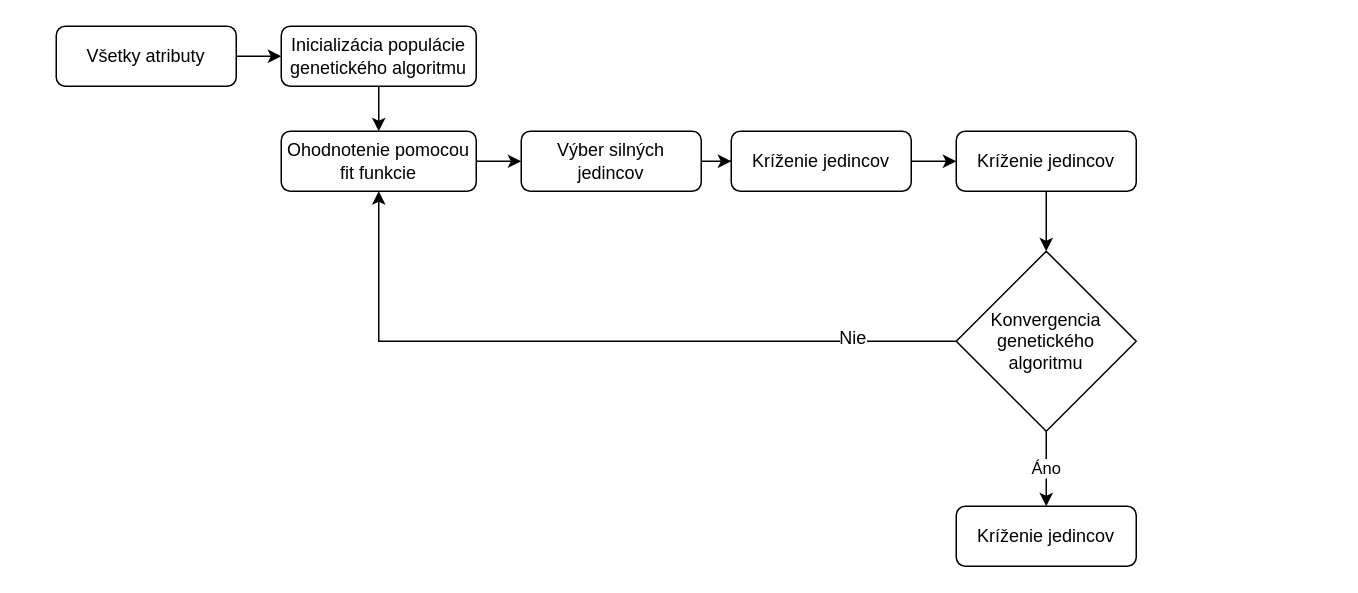
Earlier version of the draw.io diagram image/GA_alg.drawio (jozef229/FIIT-PRIPOC-ARTICLE-LaTeX). Source tidied: cells renumbered, new cells numbered last; positions are measured from the earlier drawing's top-left corner, leaving out a move shared by most shapes. Both pictures are drawn from the tidied source at 150%, with x=0, y=0 at pixel (56, 26).
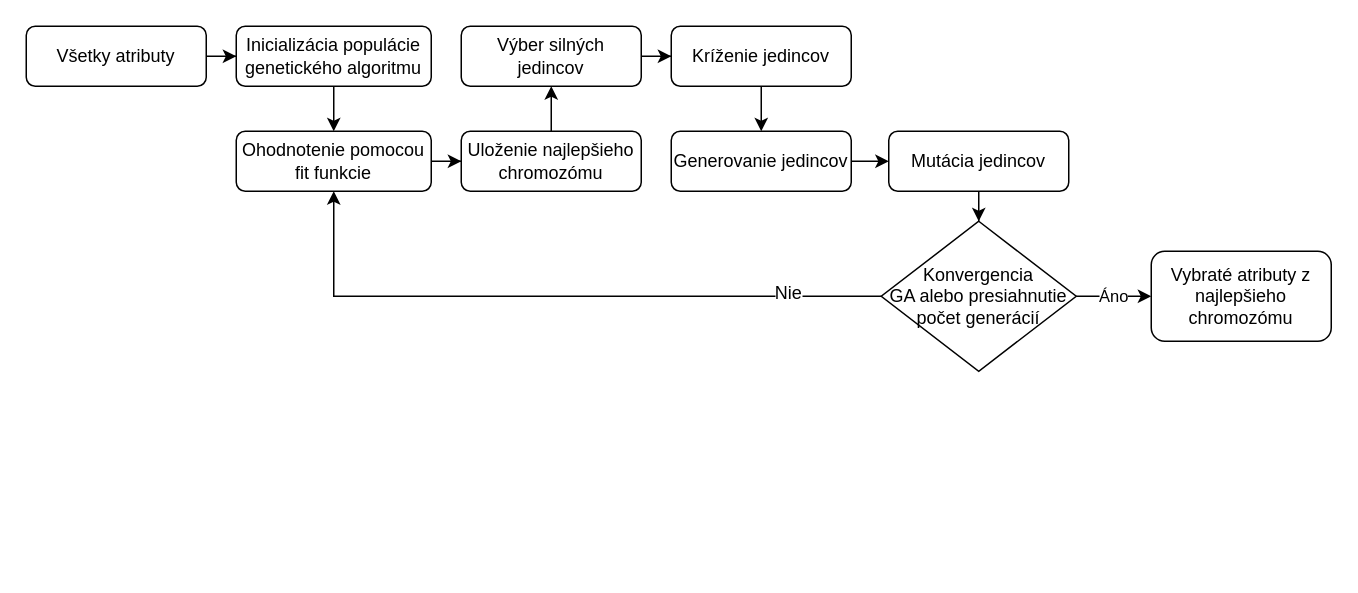
The same page after the edit.

The edit, as a diff of the source:
```diff
@@
     <mxCell id="3" value="Všetky atributy" style="rounded=1;whiteSpace=wrap;html=1;fontSize=12;glass=0;strokeWidth=1;shadow=0;" parent="1" vertex="1">
-      <mxGeometry width="120" height="40" as="geometry" />
+      <mxGeometry x="-20" width="120" height="40" as="geometry" />
     </mxCell>
@@
     <mxCell id="5" value="Inicializácia populácie genetického algoritmu" style="rounded=1;whiteSpace=wrap;html=1;fontSize=12;glass=0;strokeWidth=1;shadow=0;" parent="1" vertex="1">
-      <mxGeometry x="150" width="130" height="40" as="geometry" />
+      <mxGeometry x="120" width="130" height="40" as="geometry" />
     </mxCell>
@@
     <mxCell id="7" value="Kríženie jedincov" style="rounded=1;whiteSpace=wrap;html=1;fontSize=12;glass=0;strokeWidth=1;shadow=0;" parent="1" vertex="1">
-      <mxGeometry x="450" y="70" width="120" height="40" as="geometry" />
+      <mxGeometry x="410" width="120" height="40" as="geometry" />
     </mxCell>
@@
     <mxCell id="9" value="Výber silných jedincov" style="rounded=1;whiteSpace=wrap;html=1;fontSize=12;glass=0;strokeWidth=1;shadow=0;" parent="1" vertex="1">
-      <mxGeometry x="310" y="70" width="120" height="40" as="geometry" />
+      <mxGeometry x="270" width="120" height="40" as="geometry" />
     </mxCell>
-    <mxCell id="10" style="edgeStyle=orthogonalEdgeStyle;rounded=0;jettySize=auto;html=1;" parent="1" edge="1" source="11" target="9">
+    <mxCell id="10" style="edgeStyle=orthogonalEdgeStyle;rounded=0;jettySize=auto;html=1;entryX=0;entryY=0.5;entryDx=0;entryDy=0;" parent="1" edge="1" source="11" target="22">
       <mxGeometry relative="1" as="geometry" />
     </mxCell>
     <mxCell id="11" value="Ohodnotenie pomocou fit funkcie" style="rounded=1;whiteSpace=wrap;html=1;fontSize=12;glass=0;strokeWidth=1;shadow=0;" parent="1" vertex="1">
-      <mxGeometry x="150" y="70" width="130" height="40" as="geometry" />
+      <mxGeometry x="120" y="70" width="130" height="40" as="geometry" />
     </mxCell>
-    <mxCell id="12" style="edgeStyle=orthogonalEdgeStyle;rounded=0;jettySize=auto;html=1;entryX=0.5;entryY=0;entryDx=0;entryDy=0;" parent="1" edge="1" source="13" target="17">
+    <mxCell id="12" style="edgeStyle=orthogonalEdgeStyle;rounded=0;jettySize=auto;html=1;" parent="1" edge="1" source="13" target="20">
       <mxGeometry relative="1" as="geometry" />
     </mxCell>
-    <mxCell id="13" value="Kríženie jedincov" style="rounded=1;whiteSpace=wrap;html=1;fontSize=12;glass=0;strokeWidth=1;shadow=0;" parent="1" vertex="1">
-      <mxGeometry x="600" y="70" width="120" height="40" as="geometry" />
+    <mxCell id="13" value="Generovanie jedincov" style="rounded=1;whiteSpace=wrap;html=1;fontSize=12;glass=0;strokeWidth=1;shadow=0;" parent="1" vertex="1">
+      <mxGeometry x="410" y="70" width="120" height="40" as="geometry" />
     </mxCell>
@@
-    <mxCell id="16" value="Áno" style="edgeStyle=orthogonalEdgeStyle;rounded=0;jettySize=auto;html=1;entryX=0.5;entryY=0;entryDx=0;entryDy=0;" parent="1" edge="1" source="17" target="18">
+    <mxCell id="16" value="Áno" style="edgeStyle=orthogonalEdgeStyle;rounded=0;jettySize=auto;html=1;entryX=0;entryY=0.5;entryDx=0;entryDy=0;" parent="1" edge="1" source="17" target="18">
       <mxGeometry relative="1" as="geometry" />
     </mxCell>
-    <mxCell id="17" value="Konvergencia genetického&lt;br&gt;algoritmu" style="rhombus;whiteSpace=wrap;html=1;" parent="1" vertex="1">
-      <mxGeometry x="600" y="150" width="120" height="120" as="geometry" />
+    <mxCell id="17" value="Konvergencia &lt;br&gt;GA alebo presiahnutie počet generácií" style="rhombus;whiteSpace=wrap;html=1;" parent="1" vertex="1">
+      <mxGeometry x="550" y="130" width="130" height="100" as="geometry" />
     </mxCell>
-    <mxCell id="18" value="Kríženie jedincov" style="rounded=1;whiteSpace=wrap;html=1;fontSize=12;glass=0;strokeWidth=1;shadow=0;" parent="1" vertex="1">
-      <mxGeometry x="600" y="320" width="120" height="40" as="geometry" />
+    <mxCell id="18" value="Vybraté atributy z najlepšieho chromozómu" style="rounded=1;whiteSpace=wrap;html=1;fontSize=12;glass=0;strokeWidth=1;shadow=0;" parent="1" vertex="1">
+      <mxGeometry x="730" y="150" width="120" height="60" as="geometry" />
     </mxCell>
+    <mxCell id="19" style="edgeStyle=orthogonalEdgeStyle;rounded=0;jettySize=auto;html=1;entryX=0.5;entryY=0;entryDx=0;entryDy=0;" parent="1" edge="1" source="20" target="17">
+      <mxGeometry relative="1" as="geometry" />
+    </mxCell>
+    <mxCell id="20" value="Mutácia jedincov" style="rounded=1;whiteSpace=wrap;html=1;fontSize=12;glass=0;strokeWidth=1;shadow=0;" parent="1" vertex="1">
+      <mxGeometry x="555" y="70" width="120" height="40" as="geometry" />
+    </mxCell>
+    <mxCell id="21" style="edgeStyle=orthogonalEdgeStyle;rounded=0;jettySize=auto;html=1;entryX=0.5;entryY=1;entryDx=0;entryDy=0;" parent="1" edge="1" source="22" target="9">
+      <mxGeometry relative="1" as="geometry" />
+    </mxCell>
+    <mxCell id="22" value="Uloženie najlepšieho chromozómu" style="rounded=1;whiteSpace=wrap;html=1;fontSize=12;glass=0;strokeWidth=1;shadow=0;" parent="1" vertex="1">
+      <mxGeometry x="270" y="70" width="120" height="40" as="geometry" />
+    </mxCell>
```
